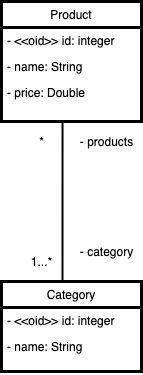
The draw.io diagram conceptual-model .png in Relesi/class-diagram, before a commit. Source tidied: cells renumbered, new cells last; positions are measured from the earlier drawing's top-left corner, leaving out a move shared by most shapes. Source of this version:
```xml
<mxGraphModel background="#ffffff">
  <root>
    <mxCell id="0" />
    <mxCell id="1" parent="0" />
    <mxCell id="2" value="Product" style="swimlane;fontStyle=0;horizontal=1;startSize=26;fillColor=none;strokeWidth=3;" parent="1" vertex="1">
      <mxGeometry width="140" height="120" as="geometry" />
    </mxCell>
    <mxCell id="3" value="- &lt;&lt;oid&gt;&gt; id: integer" style="text;strokeColor=none;fillColor=none;align=left;verticalAlign=top;spacingLeft=4;spacingRight=4;overflow=hidden;points=[[0,0.5],[1,0.5]];portConstraint=eastwest;" parent="2" vertex="1">
      <mxGeometry y="26" width="140" height="26" as="geometry" />
    </mxCell>
    <mxCell id="4" value="- name: String " style="text;strokeColor=none;fillColor=none;align=left;verticalAlign=top;spacingLeft=4;spacingRight=4;overflow=hidden;" parent="2" vertex="1">
      <mxGeometry y="52" width="140" height="26" as="geometry" />
    </mxCell>
    <mxCell id="5" value="- price: Double" style="text;align=left;verticalAlign=top;spacingLeft=4;spacingRight=4;overflow=hidden;points=[[0,0.5],[1,0.5]];portConstraint=eastwest;" parent="2" vertex="1">
      <mxGeometry y="78" width="140" height="42" as="geometry" />
    </mxCell>
    <mxCell id="6" value="Category" style="swimlane;fontStyle=0;horizontal=1;startSize=26;fillColor=none;strokeWidth=3;" parent="1" vertex="1">
      <mxGeometry y="280" width="140" height="90" as="geometry" />
    </mxCell>
    <mxCell id="7" value="- &lt;&lt;oid&gt;&gt; id: integer" style="text;strokeColor=none;fillColor=none;align=left;verticalAlign=top;spacingLeft=4;spacingRight=4;overflow=hidden;" parent="6" vertex="1">
      <mxGeometry y="26" width="140" height="26" as="geometry" />
    </mxCell>
    <mxCell id="8" value="- name: String " style="text;strokeColor=none;fillColor=none;align=left;verticalAlign=top;spacingLeft=4;spacingRight=4;overflow=hidden;" parent="6" vertex="1">
      <mxGeometry y="52" width="140" height="38" as="geometry" />
    </mxCell>
    <mxCell id="9" style="endArrow=none;html=1;entryX=0.436;entryY=1;entryDx=0;entryDy=0;entryPerimeter=0;strokeWidth=2;" parent="1" edge="1" target="5">
      <mxGeometry relative="1" as="geometry">
        <mxPoint x="61" y="280" as="sourcePoint" />
      </mxGeometry>
    </mxCell>
    <mxCell id="10" value="- products" style="text;html=1;align=center;verticalAlign=middle;strokeColor=none;" parent="1" vertex="1">
      <mxGeometry x="70" y="130" width="70" height="20" as="geometry" />
    </mxCell>
    <mxCell id="11" value="- category&lt;br&gt;" style="text;html=1;align=center;verticalAlign=middle;strokeColor=none;" parent="1" vertex="1">
      <mxGeometry x="70" y="240" width="70" height="20" as="geometry" />
    </mxCell>
    <mxCell id="12" value="*" style="text;html=1;align=center;verticalAlign=middle;strokeColor=none;" parent="1" vertex="1">
      <mxGeometry x="30" y="130" width="20" height="20" as="geometry" />
    </mxCell>
    <mxCell id="13" value="1...*" style="text;html=1;align=center;verticalAlign=middle;strokeColor=none;" parent="1" vertex="1">
      <mxGeometry x="20" y="250" width="40" height="20" as="geometry" />
    </mxCell>
  </root>
</mxGraphModel>
```
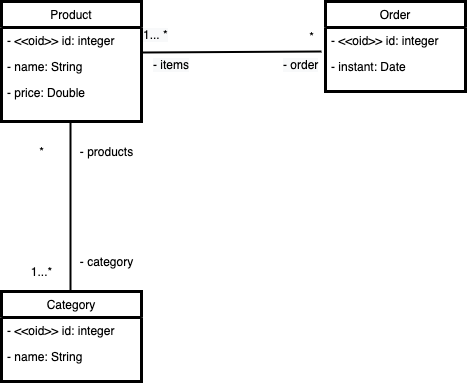
The same file after the commit.

Commit message:
add order in model

The edit, as a diff of the source:
```diff
@@ -3,7 +3,7 @@
     <mxCell id="0" />
     <mxCell id="1" parent="0" />
     <mxCell id="2" value="Product" style="swimlane;fontStyle=0;horizontal=1;startSize=26;fillColor=none;strokeWidth=3;" parent="1" vertex="1">
-      <mxGeometry width="140" height="120" as="geometry" />
+      <mxGeometry y="-10" width="140" height="120" as="geometry" />
     </mxCell>
     <mxCell id="3" value="- &lt;&lt;oid&gt;&gt; id: integer" style="text;strokeColor=none;fillColor=none;align=left;verticalAlign=top;spacingLeft=4;spacingRight=4;overflow=hidden;points=[[0,0.5],[1,0.5]];portConstraint=eastwest;" parent="2" vertex="1">
       <mxGeometry y="26" width="140" height="26" as="geometry" />
@@ -23,9 +23,12 @@
     <mxCell id="8" value="- name: String " style="text;strokeColor=none;fillColor=none;align=left;verticalAlign=top;spacingLeft=4;spacingRight=4;overflow=hidden;" parent="6" vertex="1">
       <mxGeometry y="52" width="140" height="38" as="geometry" />
     </mxCell>
-    <mxCell id="9" style="endArrow=none;html=1;entryX=0.436;entryY=1;entryDx=0;entryDy=0;entryPerimeter=0;strokeWidth=2;" parent="1" edge="1" target="5">
+    <mxCell id="9" style="endArrow=none;html=1;entryX=0.493;entryY=1.024;entryDx=0;entryDy=0;entryPerimeter=0;strokeWidth=2;" parent="1" edge="1" target="5">
       <mxGeometry relative="1" as="geometry">
-        <mxPoint x="61" y="280" as="sourcePoint" />
+        <mxPoint x="69" y="280" as="sourcePoint" />
+        <Array as="points">
+          <mxPoint x="69" y="250" />
+        </Array>
       </mxGeometry>
     </mxCell>
     <mxCell id="10" value="- products" style="text;html=1;align=center;verticalAlign=middle;strokeColor=none;" parent="1" vertex="1">
@@ -40,5 +43,37 @@
     <mxCell id="13" value="1...*" style="text;html=1;align=center;verticalAlign=middle;strokeColor=none;" parent="1" vertex="1">
       <mxGeometry x="20" y="250" width="40" height="20" as="geometry" />
     </mxCell>
+    <mxCell id="14" value="Order" style="swimlane;fontStyle=0;horizontal=1;startSize=26;fillColor=none;strokeWidth=3;" parent="1" vertex="1">
+      <mxGeometry x="324" y="-10" width="140" height="90" as="geometry" />
+    </mxCell>
+    <mxCell id="15" value="- &lt;&lt;oid&gt;&gt; id: integer" style="text;strokeColor=none;fillColor=none;align=left;verticalAlign=top;spacingLeft=4;spacingRight=4;overflow=hidden;" parent="14" vertex="1">
+      <mxGeometry y="26" width="140" height="26" as="geometry" />
+    </mxCell>
+    <mxCell id="16" value="- instant: Date " style="text;strokeColor=none;fillColor=none;align=left;verticalAlign=top;spacingLeft=4;spacingRight=4;overflow=hidden;" parent="14" vertex="1">
+      <mxGeometry y="52" width="140" height="38" as="geometry" />
+    </mxCell>
+    <mxCell id="17" style="edgeStyle=none;rounded=1;sketch=0;orthogonalLoop=1;jettySize=auto;html=1;exitX=0.75;exitY=0;exitDx=0;exitDy=0;strokeWidth=2;" parent="1" edge="1" source="6" target="6">
+      <mxGeometry relative="1" as="geometry" />
+    </mxCell>
+    <mxCell id="18" style="endArrow=none;html=1;strokeWidth=2;exitX=1;exitY=0.962;exitDx=0;exitDy=0;exitPerimeter=0;" parent="1" edge="1" source="3">
+      <mxGeometry relative="1" as="geometry">
+        <mxPoint x="320" y="40" as="targetPoint" />
+      </mxGeometry>
+    </mxCell>
+    <mxCell id="19" value="&lt;span style=&quot;color: rgb(0 , 0 , 0) ; font-family: &amp;#34;helvetica&amp;#34; ; font-size: 12px ; font-style: normal ; font-weight: 400 ; letter-spacing: normal ; text-align: center ; text-indent: 0px ; text-transform: none ; word-spacing: 0px ; background-color: rgb(248 , 249 , 250) ; display: inline ; float: none&quot;&gt;- items&lt;/span&gt;" style="text;whiteSpace=wrap;html=1;" parent="1" vertex="1">
+      <mxGeometry x="150" y="40" width="80" height="30" as="geometry" />
+    </mxCell>
+    <mxCell id="20" value="&lt;span style=&quot;color: rgb(0 , 0 , 0) ; font-family: &amp;#34;helvetica&amp;#34; ; font-size: 12px ; font-style: normal ; font-weight: 400 ; letter-spacing: normal ; text-align: center ; text-indent: 0px ; text-transform: none ; word-spacing: 0px ; background-color: rgb(248 , 249 , 250) ; display: inline ; float: none&quot;&gt;- order&lt;/span&gt;" style="text;whiteSpace=wrap;html=1;" parent="1" vertex="1">
+      <mxGeometry x="280" y="40" width="40" height="30" as="geometry" />
+    </mxCell>
+    <mxCell id="21" value="&lt;span style=&quot;color: rgb(0 , 0 , 0) ; font-family: &amp;#34;helvetica&amp;#34; ; font-size: 12px ; font-style: normal ; font-weight: 400 ; letter-spacing: normal ; text-align: center ; text-indent: 0px ; text-transform: none ; word-spacing: 0px ; background-color: rgb(248 , 249 , 250) ; display: inline ; float: none&quot;&gt;1... *&lt;/span&gt;" style="text;whiteSpace=wrap;html=1;" parent="1" vertex="1">
+      <mxGeometry x="140" y="10" width="80" height="30" as="geometry" />
+    </mxCell>
+    <mxCell id="22" value="*" style="text;html=1;align=center;verticalAlign=middle;strokeColor=none;" parent="1" vertex="1">
+      <mxGeometry x="300" y="15" width="20" height="20" as="geometry" />
+    </mxCell>
+    <mxCell id="23" style="edgeStyle=none;rounded=1;sketch=0;orthogonalLoop=1;jettySize=auto;html=1;exitX=1;exitY=0.25;exitDx=0;exitDy=0;strokeWidth=2;" parent="1" edge="1" source="20" target="20">
+      <mxGeometry relative="1" as="geometry" />
+    </mxCell>
   </root>
 </mxGraphModel>
```
